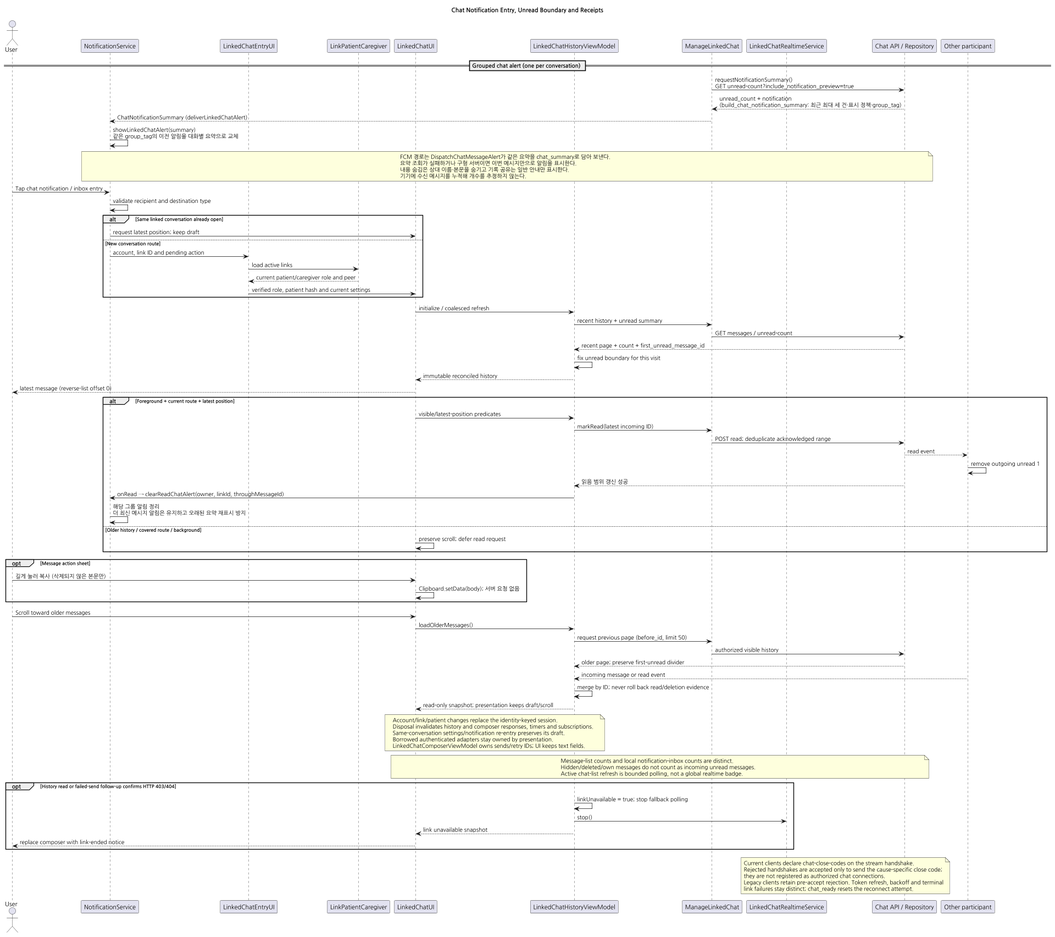
The PlantUML diagram docs/UML/sequence/ChatReadState.png in 1window2/MedBuddy, before a commit. Its source is kept beside it as docs/UML/sequence/ChatReadState.puml.
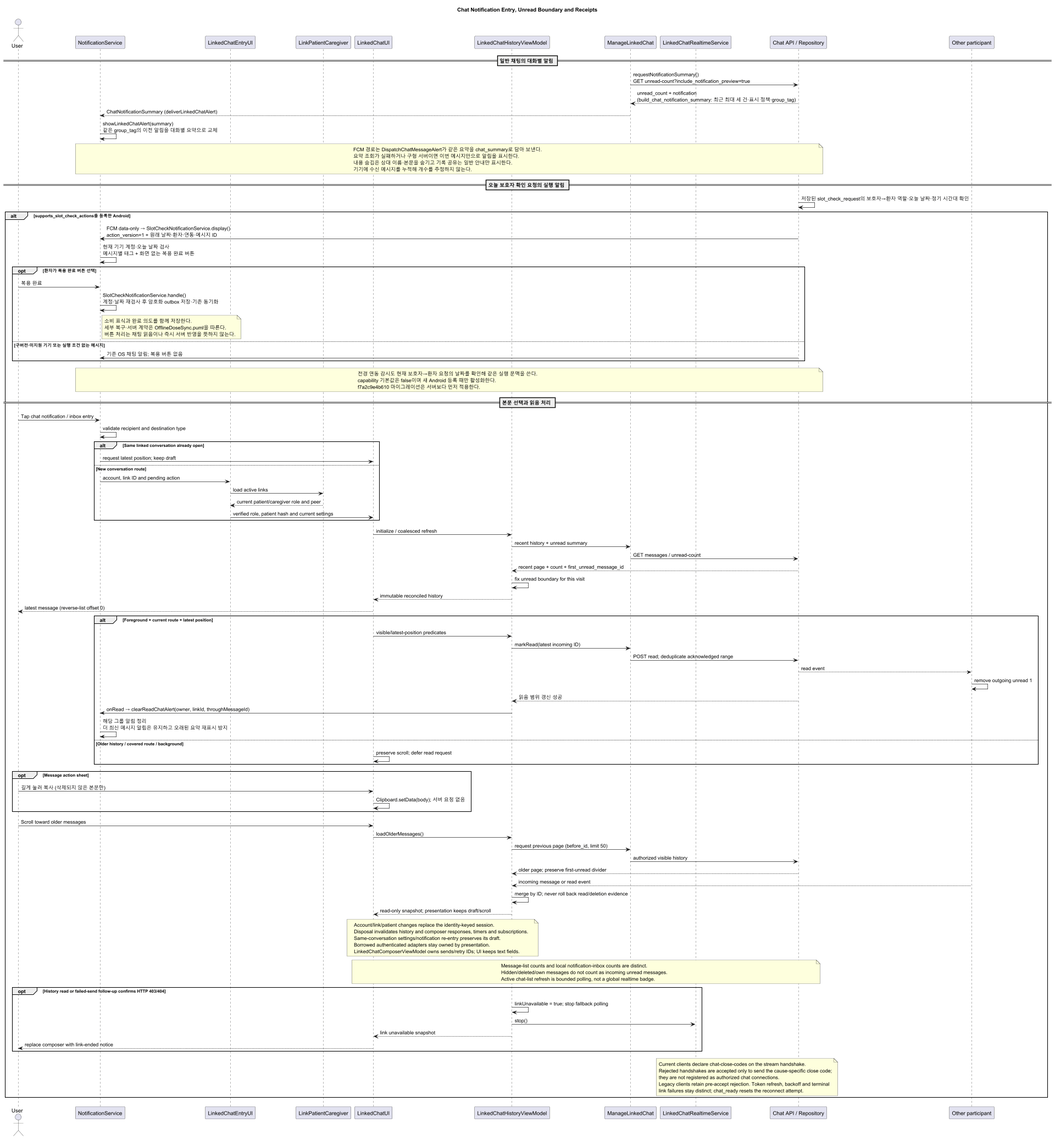
After the change.

The edit, as a diff of the source:
```diff
@@ -15,7 +15,7 @@
 participant "Chat API / Repository" as API
 participant "Other participant" as Peer
 
-== Grouped chat alert (one per conversation) ==
+== 일반 채팅의 대화별 알림 ==
 Control -> API : requestNotificationSummary()\nGET unread-count?include_notification_preview=true
 API --> Control : unread_count + notification\n(build_chat_notification_summary: 최근 최대 세 건·표시 정책·group_tag)
 Control --> Notification : ChatNotificationSummary (deliverLinkedChatAlert)
@@ -27,6 +27,29 @@
   기기에 수신 메시지를 누적해 개수를 추정하지 않는다.
 end note
 
+== 오늘 보호자 확인 요청의 실행 알림 ==
+API -> API : 저장된 slot_check_request의 보호자→환자 역할·오늘 날짜·정기 시간대 확인
+alt supports_slot_check_actions를 등록한 Android
+  API -> Notification : FCM data-only → SlotCheckNotificationService.display()\naction_version=1 + 원래 날짜·환자·연동·메시지 ID
+  Notification -> Notification : 현재 기기 계정·오늘 날짜 검사\n메시지별 태그 + 화면 없는 복용 완료 버튼
+  opt 환자가 복용 완료 버튼 선택
+    User -> Notification : 복용 완료
+    Notification -> Notification : SlotCheckNotificationService.handle()\n계정·날짜 재검사 후 암호화 outbox 저장·기존 동기화
+    note right of Notification
+      소비 표식과 완료 의도를 함께 저장한다.
+      세부 복구·서버 계약은 OfflineDoseSync.puml을 따른다.
+      버튼 처리는 채팅 읽음이나 즉시 서버 반영을 뜻하지 않는다.
+    end note
+else 구버전·미지원 기기 또는 실행 조건 없는 메시지
+  API -> Notification : 기존 OS 채팅 알림; 복용 버튼 없음
+end
+note over Notification,API
+  전경 연동 감시도 현재 보호자→환자 요청의 날짜를 확인해 같은 실행 문맥을 쓴다.
+  capability 기본값은 false이며 새 Android 등록 때만 활성화한다.
+  f7a2c9e4b610 마이그레이션은 서버보다 먼저 적용한다.
+end note
+
+== 본문 선택과 읽음 처리 ==
 User -> Notification : Tap chat notification / inbox entry
 Notification -> Notification : validate recipient and destination type
 alt Same linked conversation already open
```
